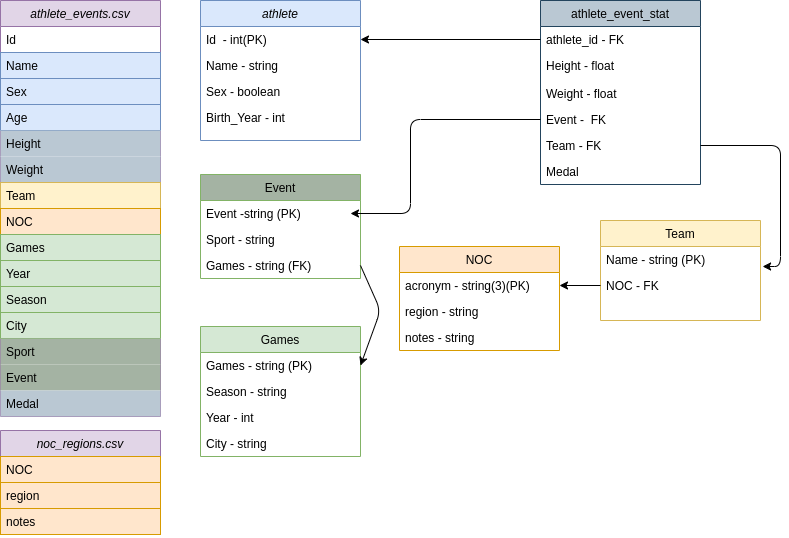
This is diagrama_db.png from leonardostefan/ps_celero_2021, a draw.io export, as it was before one commit. Source tidied: cells renumbered, new cells last; positions are measured from the earlier drawing's top-left corner, leaving out a move shared by most shapes.
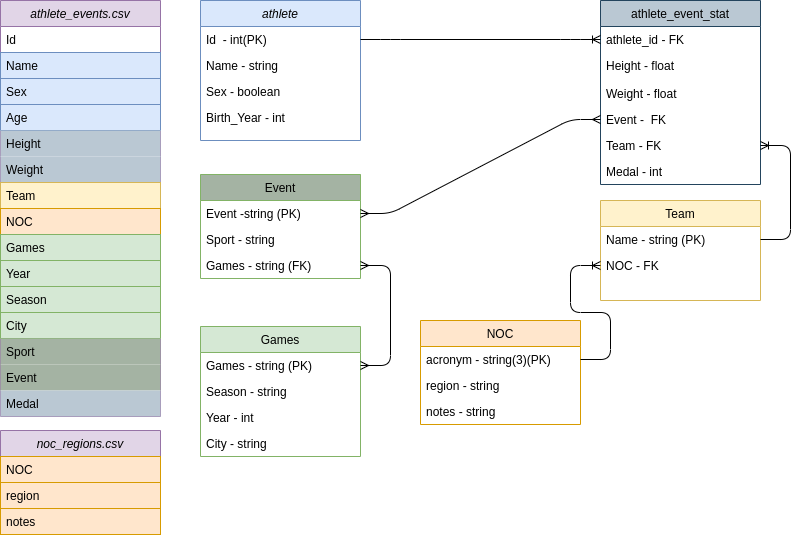
The same file after the commit.

Diff of the diagram source:
```diff
@@ -18,7 +18,7 @@
       <mxGeometry y="104" width="160" height="26" as="geometry" />
     </mxCell>
     <mxCell id="7" value="Team" style="swimlane;fontStyle=0;align=center;verticalAlign=top;horizontal=1;startSize=26;rounded=0;shadow=0;strokeWidth=1;fillColor=#fff2cc;strokeColor=#d6b656;" parent="1" vertex="1">
-      <mxGeometry x="600" y="220" width="160" height="100" as="geometry" />
+      <mxGeometry x="600" y="200" width="160" height="100" as="geometry" />
     </mxCell>
     <mxCell id="8" value="Name - string (PK)" style="text;align=left;verticalAlign=top;spacingLeft=4;spacingRight=4;overflow=hidden;points=[[0,0.5],[1,0.5]];portConstraint=eastwest;" parent="7" vertex="1">
       <mxGeometry y="26" width="160" height="26" as="geometry" />
@@ -39,7 +39,7 @@
       <mxGeometry y="78" width="160" height="26" as="geometry" />
     </mxCell>
     <mxCell id="14" value="athlete_event_stat" style="swimlane;fontStyle=0;align=center;verticalAlign=top;horizontal=1;startSize=26;rounded=0;shadow=0;strokeWidth=1;strokeColor=#23445d;fillColor=#BAC8D3;" parent="1" vertex="1">
-      <mxGeometry x="540" width="160" height="184" as="geometry" />
+      <mxGeometry x="600" width="160" height="184" as="geometry" />
     </mxCell>
     <mxCell id="15" value="athlete_id - FK" style="text;align=left;verticalAlign=top;spacingLeft=4;spacingRight=4;overflow=hidden;points=[[0,0.5],[1,0.5]];portConstraint=eastwest;rounded=0;shadow=0;html=0;" parent="14" vertex="1">
       <mxGeometry y="26" width="160" height="26" as="geometry" />
@@ -56,7 +56,7 @@
     <mxCell id="19" value="Team - FK&#10;" style="text;align=left;verticalAlign=top;spacingLeft=4;spacingRight=4;overflow=hidden;points=[[0,0.5],[1,0.5]];portConstraint=eastwest;rounded=0;shadow=0;html=0;" parent="14" vertex="1">
       <mxGeometry y="132" width="160" height="26" as="geometry" />
     </mxCell>
-    <mxCell id="20" value="Medal&#10;" style="text;align=left;verticalAlign=top;spacingLeft=4;spacingRight=4;overflow=hidden;rounded=0;shadow=0;html=0;" parent="14" vertex="1">
+    <mxCell id="20" value="Medal - int" style="text;align=left;verticalAlign=top;spacingLeft=4;spacingRight=4;overflow=hidden;rounded=0;shadow=0;html=0;" parent="14" vertex="1">
       <mxGeometry y="158" width="160" height="26" as="geometry" />
     </mxCell>
     <mxCell id="21" value="athlete_events.csv" style="swimlane;fontStyle=2;align=center;verticalAlign=top;horizontal=1;startSize=26;rounded=0;shadow=0;strokeWidth=1;fillColor=#e1d5e7;strokeColor=#9673a6;" parent="1" vertex="1">
@@ -108,7 +108,7 @@
       <mxGeometry y="390" width="160" height="26" as="geometry" />
     </mxCell>
     <mxCell id="37" value="NOC" style="swimlane;fontStyle=0;align=center;verticalAlign=top;horizontal=1;startSize=26;rounded=0;shadow=0;strokeWidth=1;fillColor=#ffe6cc;strokeColor=#d79b00;" parent="1" vertex="1">
-      <mxGeometry x="399" y="246" width="160" height="104" as="geometry" />
+      <mxGeometry x="420" y="320" width="160" height="104" as="geometry" />
     </mxCell>
     <mxCell id="38" value="acronym - string(3)(PK)" style="text;align=left;verticalAlign=top;spacingLeft=4;spacingRight=4;overflow=hidden;points=[[0,0.5],[1,0.5]];portConstraint=eastwest;" parent="37" vertex="1">
       <mxGeometry y="26" width="160" height="26" as="geometry" />
@@ -119,29 +119,6 @@
     <mxCell id="40" value="notes - string" style="text;align=left;verticalAlign=top;spacingLeft=4;spacingRight=4;overflow=hidden;" parent="37" vertex="1">
       <mxGeometry y="78" width="160" height="26" as="geometry" />
     </mxCell>
-    <mxCell id="41" style="endArrow=classic;html=1;exitX=1;exitY=0.5;exitDx=0;exitDy=0;entryX=1.013;entryY=0.769;entryDx=0;entryDy=0;entryPerimeter=0;" parent="1" edge="1" source="19" target="8">
-      <mxGeometry relative="1" as="geometry">
-        <Array as="points">
-          <mxPoint x="780" y="145" />
-          <mxPoint x="780" y="266" />
-        </Array>
-      </mxGeometry>
-    </mxCell>
-    <mxCell id="42" style="endArrow=classic;html=1;exitX=0;exitY=0.5;exitDx=0;exitDy=0;" parent="1" edge="1" source="18">
-      <mxGeometry relative="1" as="geometry">
-        <mxPoint x="350" y="213" as="targetPoint" />
-        <Array as="points">
-          <mxPoint x="410" y="119" />
-          <mxPoint x="410" y="213" />
-        </Array>
-      </mxGeometry>
-    </mxCell>
-    <mxCell id="43" style="endArrow=classic;html=1;exitX=0;exitY=0.5;exitDx=0;exitDy=0;entryX=1;entryY=0.5;entryDx=0;entryDy=0;" parent="1" edge="1" source="9" target="38">
-      <mxGeometry relative="1" as="geometry" />
-    </mxCell>
-    <mxCell id="44" style="endArrow=classic;html=1;exitX=0;exitY=0.5;exitDx=0;exitDy=0;entryX=1;entryY=0.5;entryDx=0;entryDy=0;" parent="1" edge="1" source="15" target="3">
-      <mxGeometry relative="1" as="geometry" />
-    </mxCell>
     <mxCell id="45" value="noc_regions.csv" style="swimlane;fontStyle=2;align=center;verticalAlign=top;horizontal=1;startSize=26;rounded=0;shadow=0;strokeWidth=1;fillColor=#e1d5e7;strokeColor=#9673a6;" parent="1" vertex="1">
       <mxGeometry y="430" width="160" height="104" as="geometry" />
     </mxCell>
@@ -169,12 +146,20 @@
     <mxCell id="53" value="City - string" style="text;align=left;verticalAlign=top;spacingLeft=4;spacingRight=4;overflow=hidden;" parent="49" vertex="1">
       <mxGeometry y="104" width="160" height="26" as="geometry" />
     </mxCell>
-    <mxCell id="54" style="endArrow=classic;html=1;entryX=1;entryY=0.5;entryDx=0;entryDy=0;exitX=1;exitY=0.5;exitDx=0;exitDy=0;" parent="1" edge="1" source="13" target="50">
-      <mxGeometry relative="1" as="geometry">
-        <Array as="points">
-          <mxPoint x="380" y="310" />
-        </Array>
-      </mxGeometry>
-    </mxCell>
+    <mxCell id="55" style="edgeStyle=entityRelationEdgeStyle;fontSize=12;html=1;endArrow=ERoneToMany;exitX=1;exitY=0.5;exitDx=0;exitDy=0;entryX=0;entryY=0.5;entryDx=0;entryDy=0;" parent="1" edge="1" source="3" target="15">
+      <mxGeometry relative="1" as="geometry" />
+    </mxCell>
+    <mxCell id="56" style="edgeStyle=entityRelationEdgeStyle;fontSize=12;html=1;endArrow=ERoneToMany;exitX=1;exitY=0.5;exitDx=0;exitDy=0;entryX=1;entryY=0.5;entryDx=0;entryDy=0;" parent="1" edge="1" source="8" target="19">
+      <mxGeometry relative="1" as="geometry" />
+    </mxCell>
+    <mxCell id="57" style="edgeStyle=entityRelationEdgeStyle;fontSize=12;html=1;endArrow=ERoneToMany;exitX=1;exitY=0.5;exitDx=0;exitDy=0;entryX=0;entryY=0.5;entryDx=0;entryDy=0;" parent="1" edge="1" source="38" target="9">
+      <mxGeometry relative="1" as="geometry" />
+    </mxCell>
+    <mxCell id="58" style="edgeStyle=entityRelationEdgeStyle;fontSize=12;html=1;endArrow=ERmany;startArrow=ERmany;entryX=0;entryY=0.5;entryDx=0;entryDy=0;exitX=1;exitY=0.5;exitDx=0;exitDy=0;" parent="1" edge="1" source="11" target="18">
+      <mxGeometry relative="1" as="geometry" />
+    </mxCell>
+    <mxCell id="59" style="edgeStyle=entityRelationEdgeStyle;fontSize=12;html=1;endArrow=ERmany;startArrow=ERmany;entryX=1;entryY=0.5;entryDx=0;entryDy=0;exitX=1;exitY=0.5;exitDx=0;exitDy=0;" parent="1" edge="1" source="50" target="13">
+      <mxGeometry relative="1" as="geometry" />
+    </mxCell>
   </root>
 </mxGraphModel>
```
